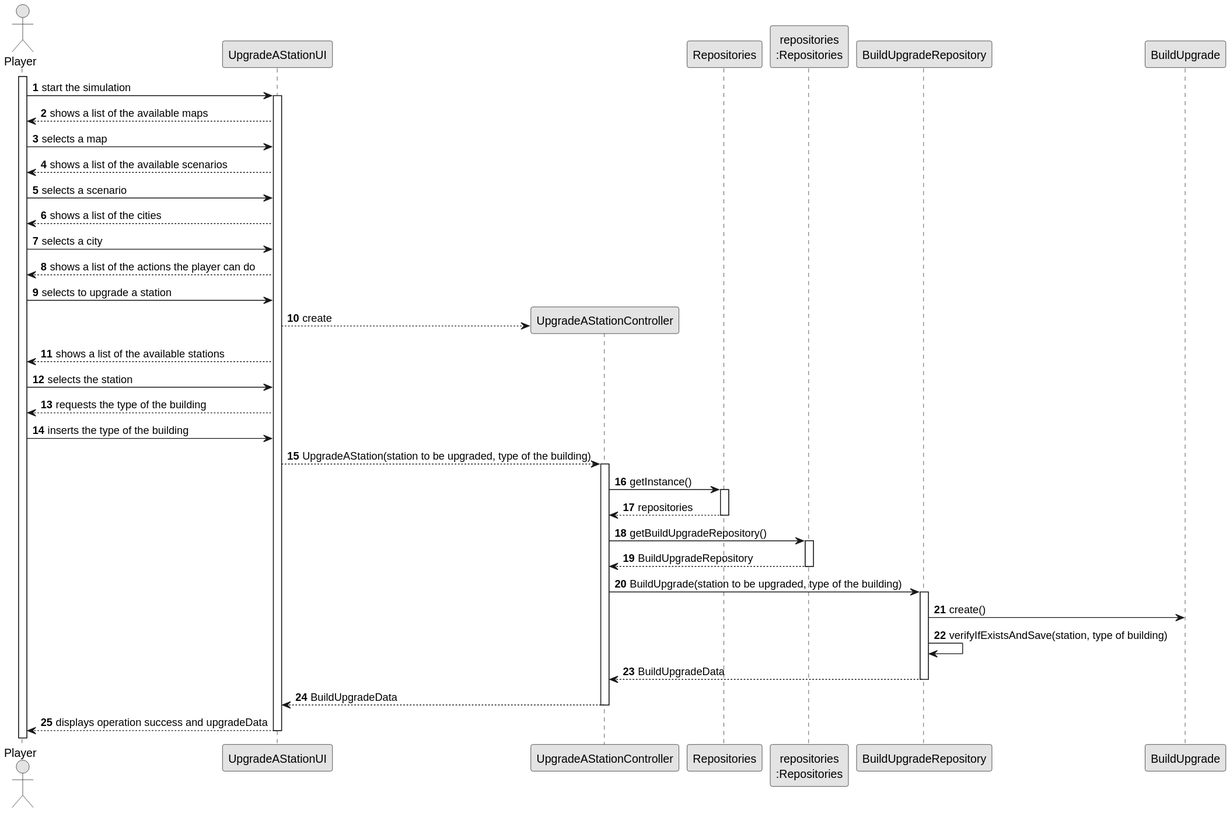
This is docs/sprint2/us006/03.design/svg/us006-sequence-diagram-full.svg from ivasduarte/all-aboard, a PlantUML export, as it was before one commit.
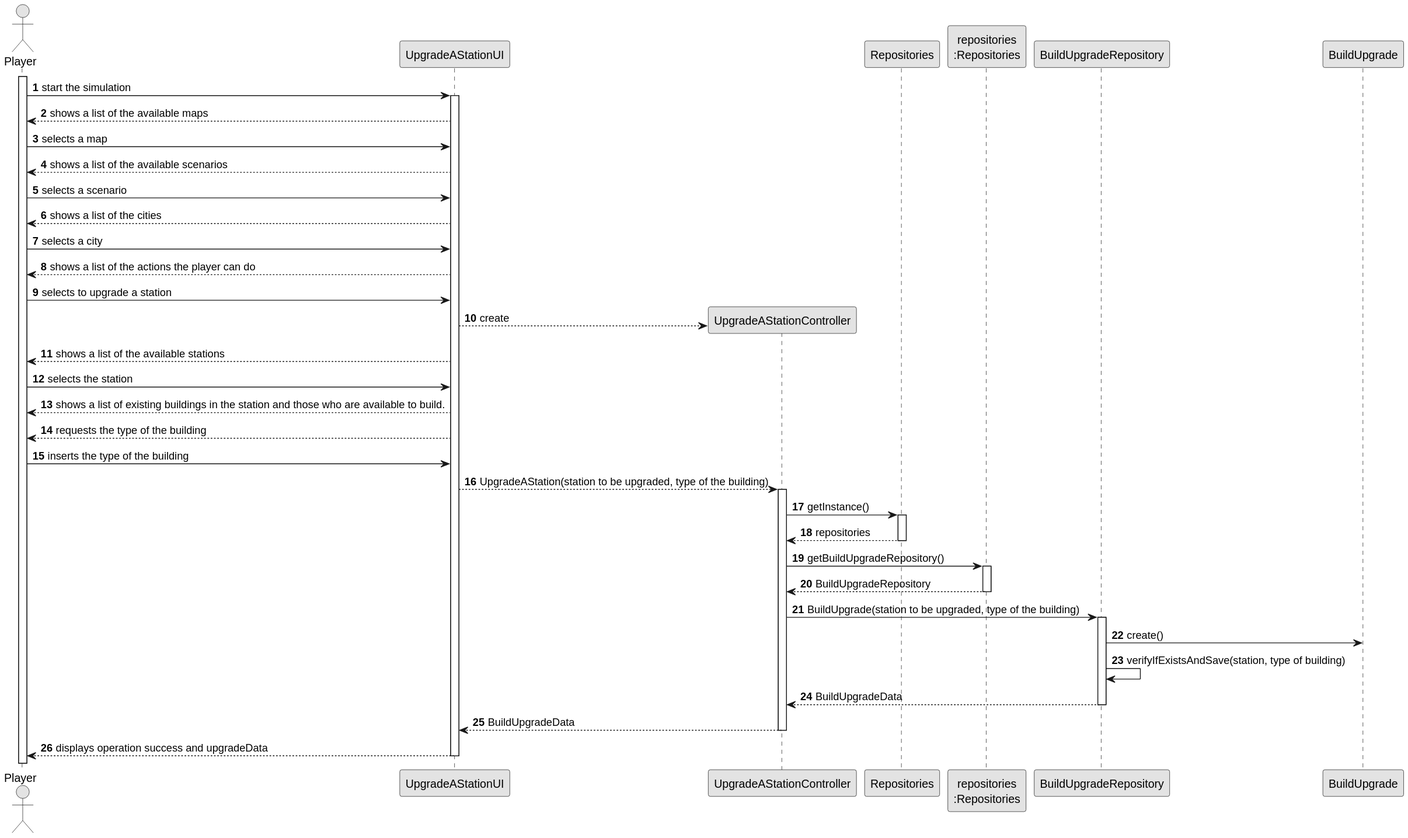
The same diagram one commit later.

Commit message:
US006(docs): Correction of a few errors in sequence diagram

Change to the diagram source:
```diff
@@ -30,6 +30,7 @@
 
 UI --> Editor : shows a list of the available stations
 Editor -> UI : selects the station
+UI --> Editor : shows a list of existing buildings in the station and those who are available to build.
 UI --> Editor : requests the type of the building
 Editor -> UI : inserts the type of the building
 
```
